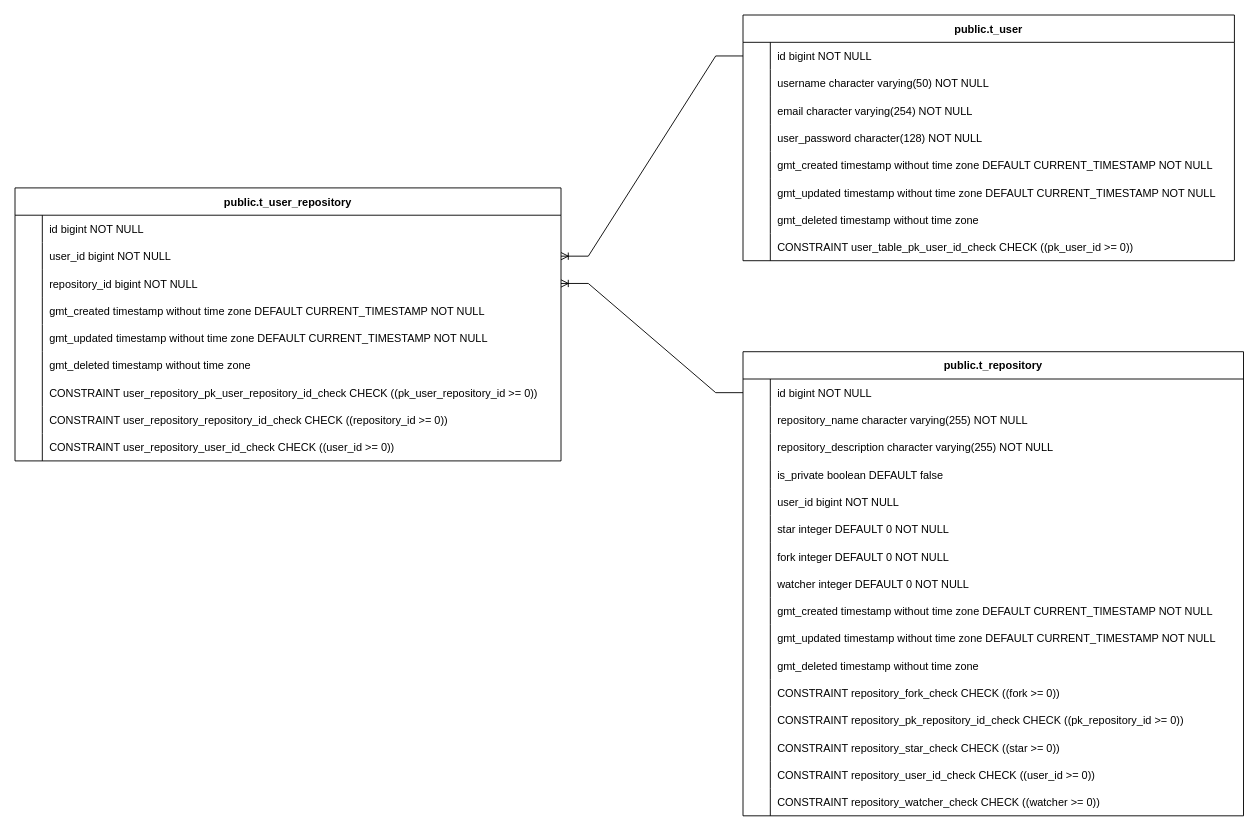
CMIPT/gcs-back-end keeps this draw.io diagram as database/diagram/gcs_back_end.drawio. Above is the earlier version. Source tidied: cells renumbered, new cells numbered last; positions are measured from the earlier drawing's top-left corner, leaving out a move shared by most shapes. Both pictures are drawn from the tidied source at 91%, with x=0, y=0 at pixel (-31, 15).
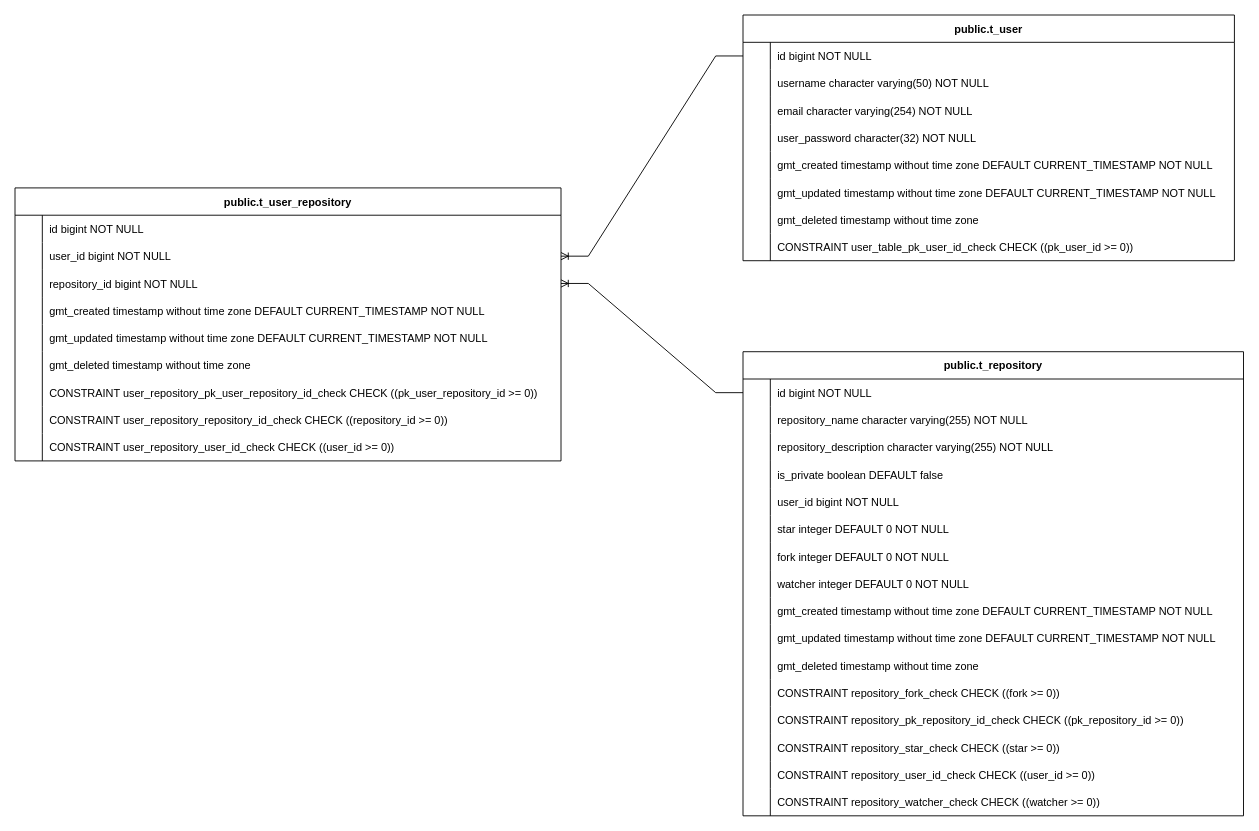
The same diagram, later.

Commit message (it also covers changes not shown here):
Fix a bug: password wrong length

When we use `MD5` we'll store the hex strong of the hash value, which
is 32 characters long.

Unchanged cells that the change refers to:
```xml
<mxCell id="63" style="shape=tableRow;horizontal=0;startSize=0;swimlaneHead=0;swimlaneBody=0;fillColor=none;strokeColor=inherit;top=0;left=0;right=0;bottom=0;" parent="53" vertex="1">
  <mxGeometry y="120" width="540" height="30" as="geometry" />
</mxCell>
```

The edit, as a diff of the source:
```diff
@@
-    <mxCell id="65" value="user_password character(128) NOT NULL" style="shape=partialRectangle;overflow=hidden;fillColor=none;align=left;strokeColor=inherit;top=0;left=0;bottom=0;right=0;spacingLeft=6;" parent="63" vertex="1">
+    <mxCell id="65" value="user_password character(32) NOT NULL" style="shape=partialRectangle;overflow=hidden;fillColor=none;align=left;strokeColor=inherit;top=0;left=0;bottom=0;right=0;spacingLeft=6;" parent="63" vertex="1">
       <mxGeometry x="30" width="510" height="30" as="geometry" />
     </mxCell>
```
